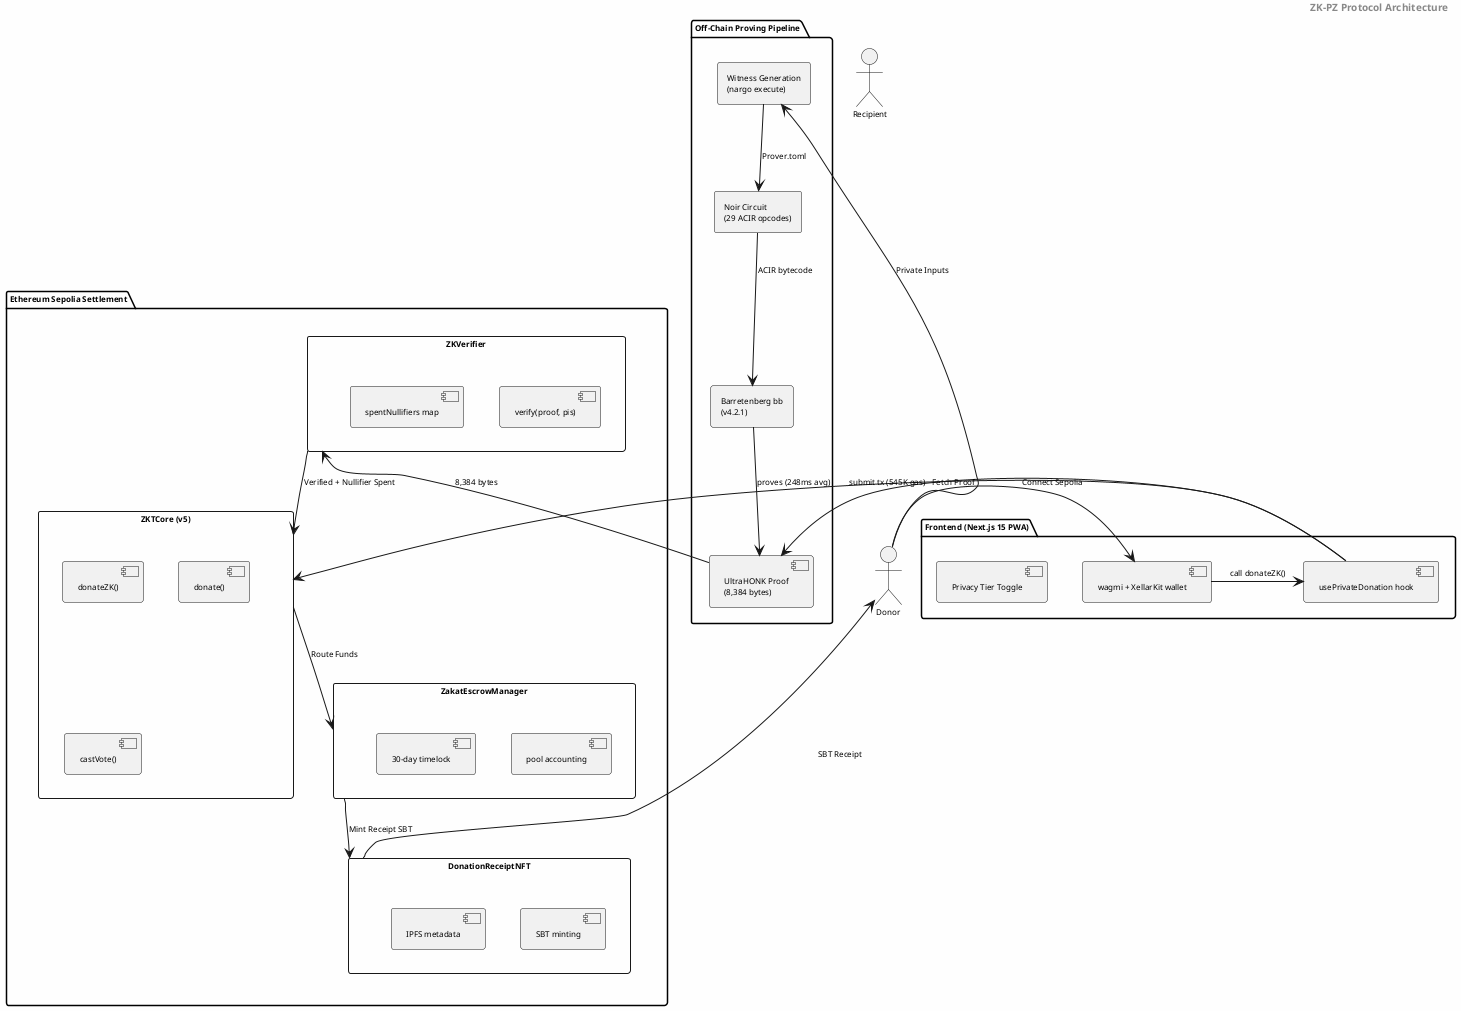
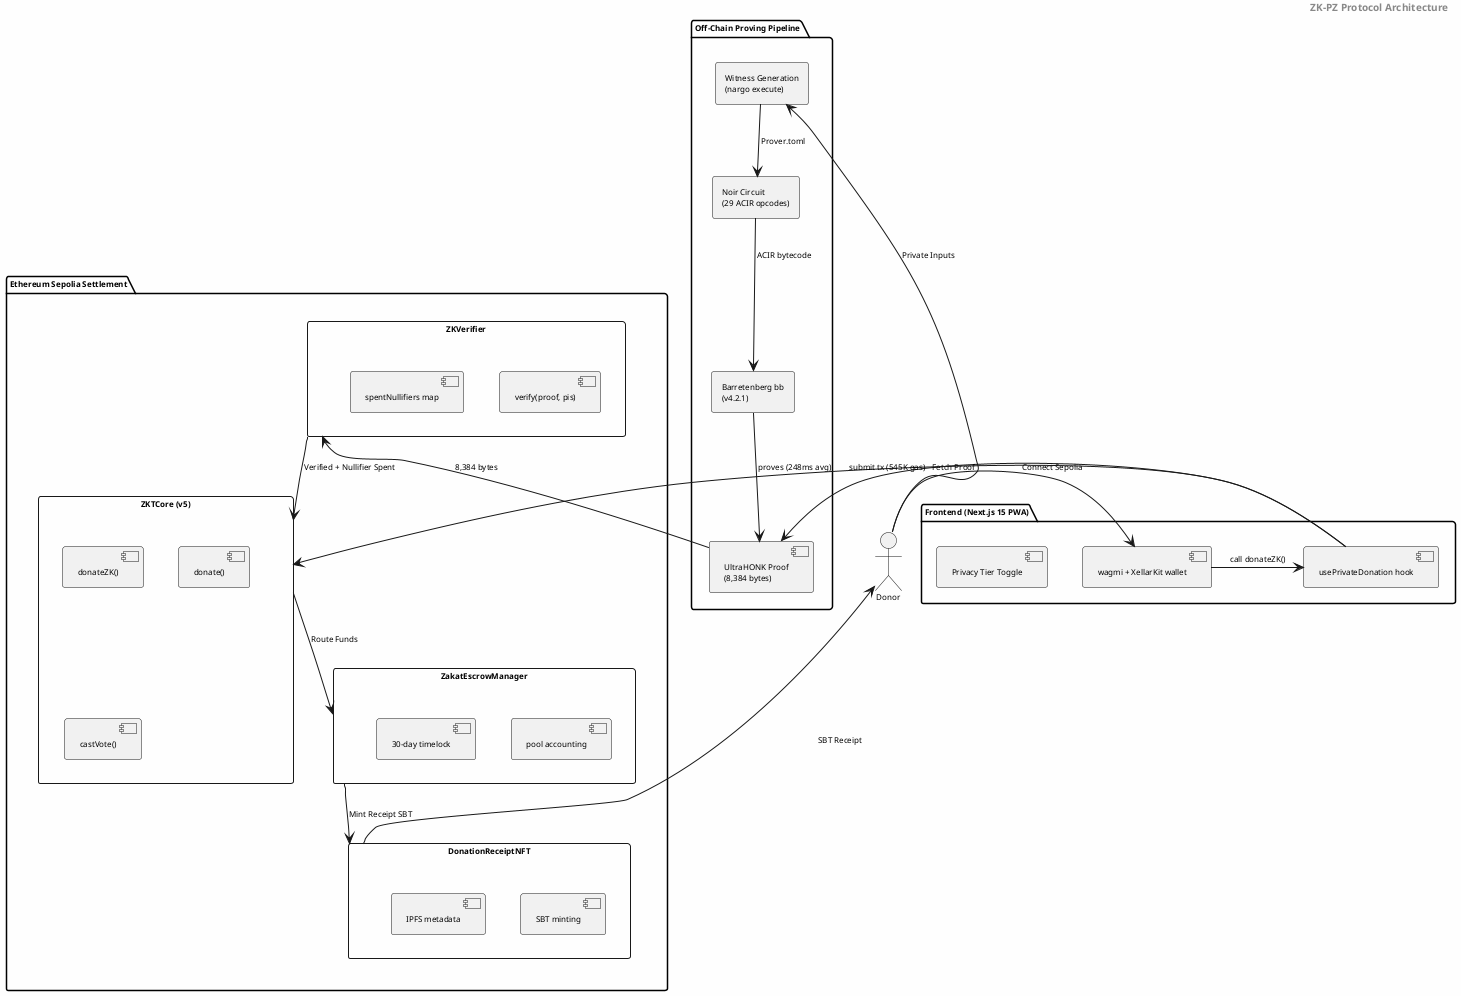
@startuml
skinparam backgroundColor #FEFEFE
skinparam shadowing false
skinparam defaultFontName Arial
skinparam defaultFontSize 8
skinparam packagePadding 2
skinparam nodePadding 2

header <b>ZK-PZ Protocol Architecture</b>

actor Donor
- actor Recipient

package "Off-Chain Proving Pipeline" {
  rectangle "Noir Circuit\n(29 ACIR opcodes)" as Circuit
  rectangle "Barretenberg bb\n(v4.2.1)" as BB
  rectangle "Witness Generation\n(nargo execute)" as Witness
  component "UltraHONK Proof\n(8,384 bytes)" as Proof
}

package "Ethereum Sepolia Settlement" {
  rectangle "ZKVerifier" as Verifier {
    component "verify(proof, pis)"
    component "spentNullifiers map"
  }
  rectangle "ZKTCore (v5)" as Core {
    component "donateZK()"
    component "donate()"
    component "castVote()"
  }
  rectangle "ZakatEscrowManager" as Escrow {
    component "pool accounting"
    component "30-day timelock"
  }
  rectangle "DonationReceiptNFT" as NFT {
    component "SBT minting"
    component "IPFS metadata"
  }
}

package "Frontend (Next.js 15 PWA)" as FE {
  component "usePrivateDonation hook" as Hook
  component "Privacy Tier Toggle" as Toggle
  component "wagmi + XellarKit wallet" as Wallet
}

Donor --> Witness : Private Inputs
Witness --> Circuit : Prover.toml
Circuit --> BB : ACIR bytecode
BB --> Proof : proves (248ms avg)
Proof --> Verifier : 8,384 bytes
Verifier --> Core : Verified + Nullifier Spent
Core --> Escrow : Route Funds
Escrow --> NFT : Mint Receipt SBT
NFT --> Donor : SBT Receipt

Donor -> Wallet : Connect Sepolia
Wallet -> Hook : call donateZK()
Hook -> Proof : Fetch Proof
Hook -> Core : submit tx (545K gas)

@enduml
